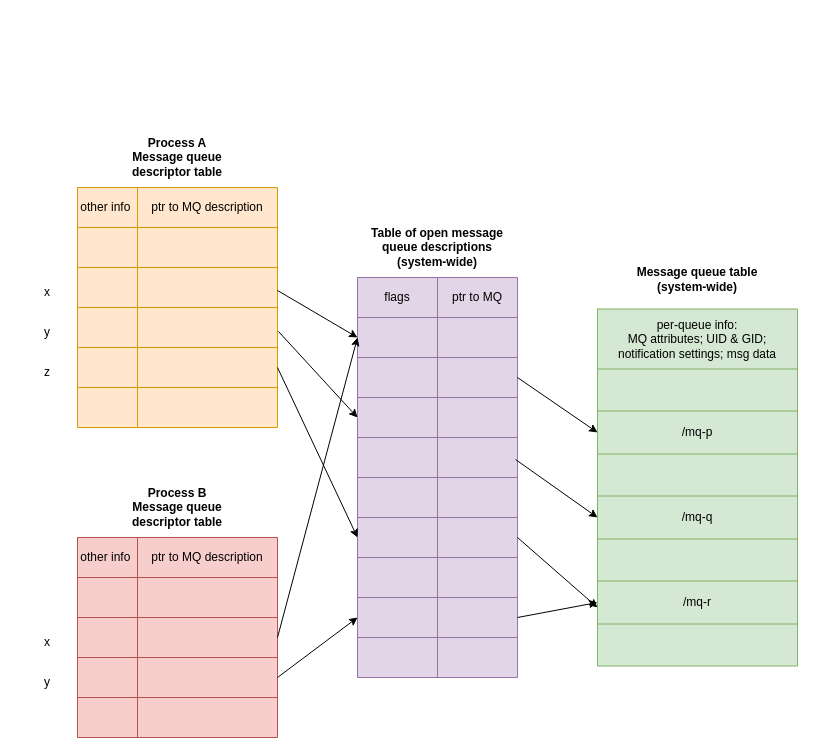
The draw.io diagram message_queue_table.drawio in da0p/diagram-notes, before the edit. Source tidied: cells renumbered, new cells numbered last; positions are measured from the earlier drawing's top-left corner, leaving out a move shared by most shapes. Both pictures are drawn from the tidied source at 100%, with x=0, y=0 at pixel (17, 127).
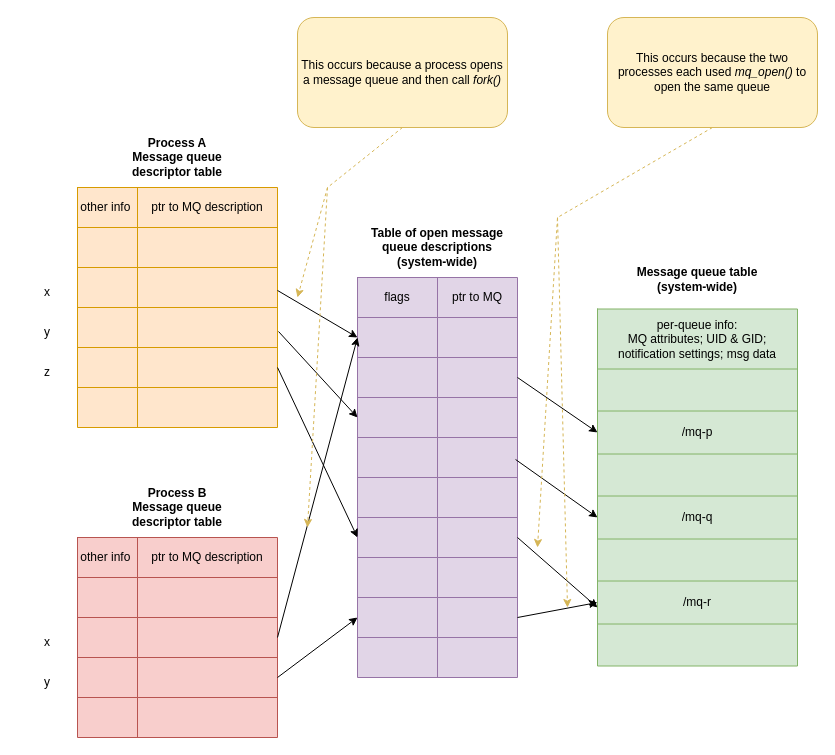
Above is the later version.

What changed in the source:
```diff
@@
+    <mxCell id="103" value="This occurs because a process opens a message queue and then call &lt;i&gt;fork()&lt;/i&gt;" style="rounded=1;whiteSpace=wrap;html=1;fillColor=#fff2cc;strokeColor=#d6b656;" parent="1" vertex="1">
+      <mxGeometry x="280" y="-110" width="210" height="110" as="geometry" />
+    </mxCell>
+    <mxCell id="104" style="endArrow=classic;html=1;rounded=0;exitX=0.5;exitY=1;exitDx=0;exitDy=0;fillColor=#fff2cc;strokeColor=#d6b656;dashed=1;" parent="1" edge="1" source="103">
+      <mxGeometry relative="1" as="geometry">
+        <mxPoint x="280" y="170" as="targetPoint" />
+        <Array as="points">
+          <mxPoint x="310" y="60" />
+        </Array>
+      </mxGeometry>
+    </mxCell>
+    <mxCell id="105" style="endArrow=classic;html=1;rounded=0;fillColor=#fff2cc;strokeColor=#d6b656;dashed=1;" parent="1" edge="1">
+      <mxGeometry relative="1" as="geometry">
+        <mxPoint x="310" y="60" as="sourcePoint" />
+        <mxPoint x="290" y="400" as="targetPoint" />
+      </mxGeometry>
+    </mxCell>
+    <mxCell id="106" value="This occurs because the two processes each used &lt;i&gt;mq_open()&lt;/i&gt; to open the same queue" style="rounded=1;whiteSpace=wrap;html=1;fillColor=#fff2cc;strokeColor=#d6b656;" parent="1" vertex="1">
+      <mxGeometry x="590" y="-110" width="210" height="110" as="geometry" />
+    </mxCell>
+    <mxCell id="107" style="endArrow=classic;html=1;rounded=0;exitX=0.5;exitY=1;exitDx=0;exitDy=0;fillColor=#fff2cc;strokeColor=#d6b656;dashed=1;" parent="1" edge="1" source="106">
+      <mxGeometry relative="1" as="geometry">
+        <mxPoint x="520" y="420" as="targetPoint" />
+        <Array as="points">
+          <mxPoint x="540" y="90" />
+        </Array>
+      </mxGeometry>
+    </mxCell>
+    <mxCell id="108" style="endArrow=classic;html=1;rounded=0;dashed=1;fillColor=#fff2cc;strokeColor=#d6b656;" parent="1" edge="1">
+      <mxGeometry relative="1" as="geometry">
+        <mxPoint x="540" y="90" as="sourcePoint" />
+        <mxPoint x="550" y="480" as="targetPoint" />
+      </mxGeometry>
+    </mxCell>
```
